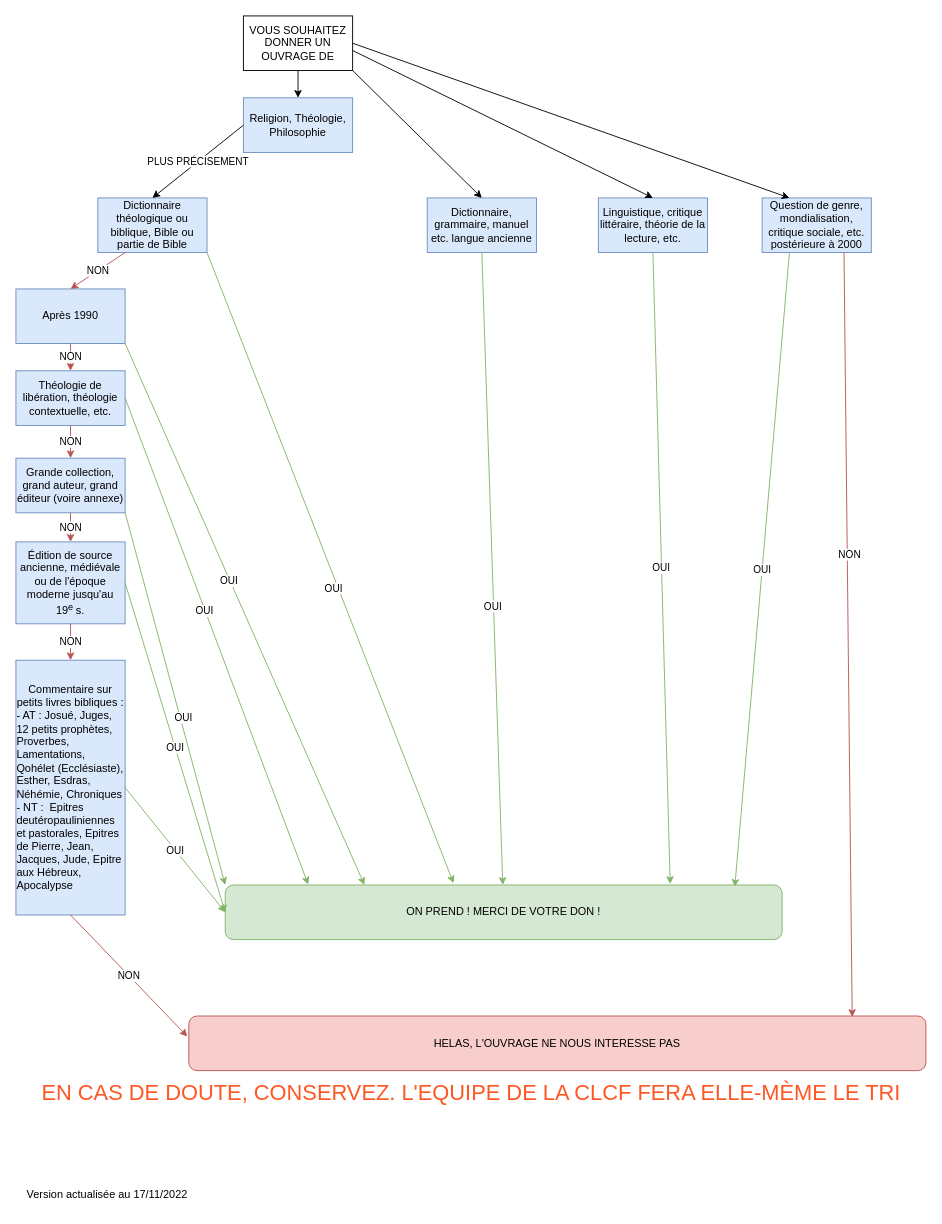
Before: diagramme.drawio in CLCFrancophone/guide_don, a draw.io diagram. Source tidied: cells renumbered, new cells numbered last; positions are measured from the earlier drawing's top-left corner, leaving out a move shared by most shapes. Both pictures are drawn from the tidied source at 91%, with x=0, y=0 at pixel (15, 15).
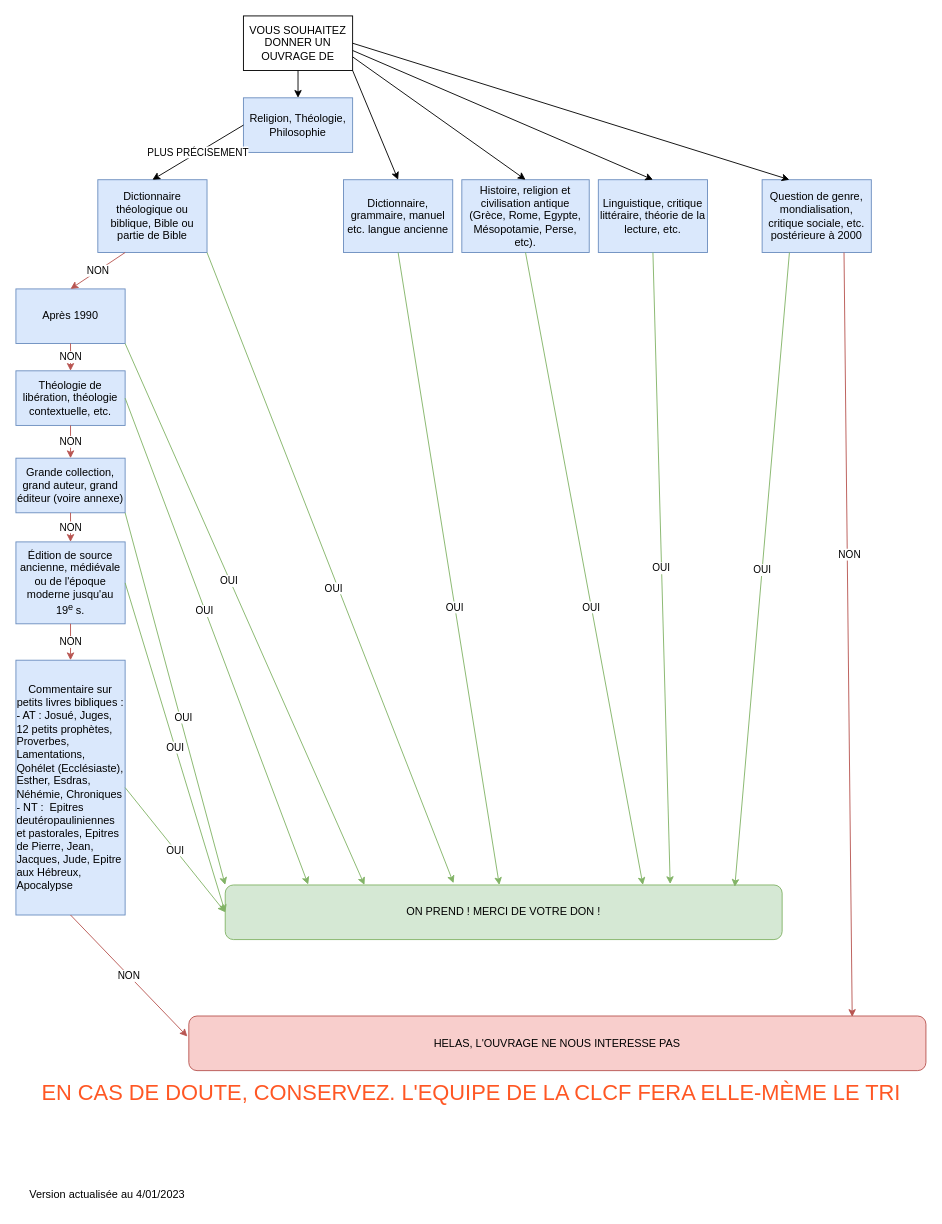
Above is the later version.

Commit message:
On prend aussi civilisation antique

The change refers to these unchanged cells:
```xml
<mxCell id="5" value="ON PREND ! MERCI DE VOTRE DON !" style="rounded=1;whiteSpace=wrap;html=1;fillColor=#d5e8d4;strokeColor=#82b366;" parent="1" vertex="1">
  <mxGeometry x="230" y="955" width="612" height="60" as="geometry" />
</mxCell>
<mxCell id="31" value="VOUS SOUHAITEZ DONNER UN OUVRAGE DE" style="rounded=0;whiteSpace=wrap;html=1;" parent="1" vertex="1">
  <mxGeometry x="250" width="120" height="60" as="geometry" />
</mxCell>
```

The edit, as a diff of the source:
```diff
@@
     <mxCell id="4" value="Dictionnaire, grammaire, manuel etc. langue ancienne" style="rounded=0;whiteSpace=wrap;html=1;fillColor=#dae8fc;strokeColor=#6c8ebf;" parent="1" vertex="1">
-      <mxGeometry x="452" y="200" width="120" height="60" as="geometry" />
+      <mxGeometry x="360" y="180" width="120" height="80" as="geometry" />
     </mxCell>
@@
     <mxCell id="8" value="Dictionnaire théologique ou biblique, Bible ou partie de Bible" style="rounded=0;whiteSpace=wrap;html=1;fillColor=#dae8fc;strokeColor=#6c8ebf;" parent="1" vertex="1">
-      <mxGeometry x="90" y="200" width="120" height="60" as="geometry" />
+      <mxGeometry x="90" y="180" width="120" height="80" as="geometry" />
     </mxCell>
@@
     <mxCell id="25" value="Linguistique, critique littéraire, théorie de la lecture, etc." style="rounded=0;whiteSpace=wrap;html=1;fillColor=#dae8fc;strokeColor=#6c8ebf;" parent="1" vertex="1">
-      <mxGeometry x="640" y="200" width="120" height="60" as="geometry" />
+      <mxGeometry x="640" y="180" width="120" height="80" as="geometry" />
     </mxCell>
@@
     <mxCell id="27" value="Question de genre, mondialisation, critique sociale, etc. postérieure à 2000" style="rounded=0;whiteSpace=wrap;html=1;fillColor=#dae8fc;strokeColor=#6c8ebf;" parent="1" vertex="1">
-      <mxGeometry x="820" y="200" width="120" height="60" as="geometry" />
+      <mxGeometry x="820" y="180" width="120" height="80" as="geometry" />
     </mxCell>
@@
-    <mxCell id="44" value="Version actualisée au 17/11/2022" style="text;html=1;align=center;verticalAlign=middle;fillColor=none;strokeColor=none;rounded=0;" parent="1" vertex="1">
-      <mxGeometry y="1280" width="200" height="30" as="geometry" />
+    <mxCell id="44" value="Version actualisée au 4/01/2023" style="text;html=1;align=center;verticalAlign=middle;fillColor=none;strokeColor=none;rounded=0;" parent="1" vertex="1">
+      <mxGeometry x="5" y="1280" width="190" height="30" as="geometry" />
     </mxCell>
+    <mxCell id="45" value="Histoire, religion et civilisation antique (Grèce, Rome, Egypte, Mésopotamie, Perse, etc)." style="rounded=0;whiteSpace=wrap;html=1;fillColor=#dae8fc;strokeColor=#6c8ebf;" parent="1" vertex="1">
+      <mxGeometry x="490" y="180" width="140" height="80" as="geometry" />
+    </mxCell>
+    <mxCell id="46" style="endArrow=classic;html=1;rounded=0;entryX=0.5;entryY=0;entryDx=0;entryDy=0;exitX=1;exitY=0.75;exitDx=0;exitDy=0;" parent="1" edge="1" source="31" target="45">
+      <mxGeometry relative="1" as="geometry" />
+    </mxCell>
+    <mxCell id="47" style="endArrow=classic;html=1;rounded=0;exitX=0.5;exitY=1;exitDx=0;exitDy=0;fillColor=#d5e8d4;strokeColor=#82b366;entryX=0.75;entryY=0;entryDx=0;entryDy=0;" parent="1" edge="1" source="45" target="5">
+      <mxGeometry relative="1" as="geometry" />
+    </mxCell>
+    <mxCell id="48" value="OUI" style="edgeLabel;html=1;align=center;verticalAlign=middle;" parent="47" vertex="1">
+      <mxGeometry x="0.12" y="-2" relative="1" as="geometry">
+        <mxPoint x="1" as="offset" />
+      </mxGeometry>
+    </mxCell>
```
